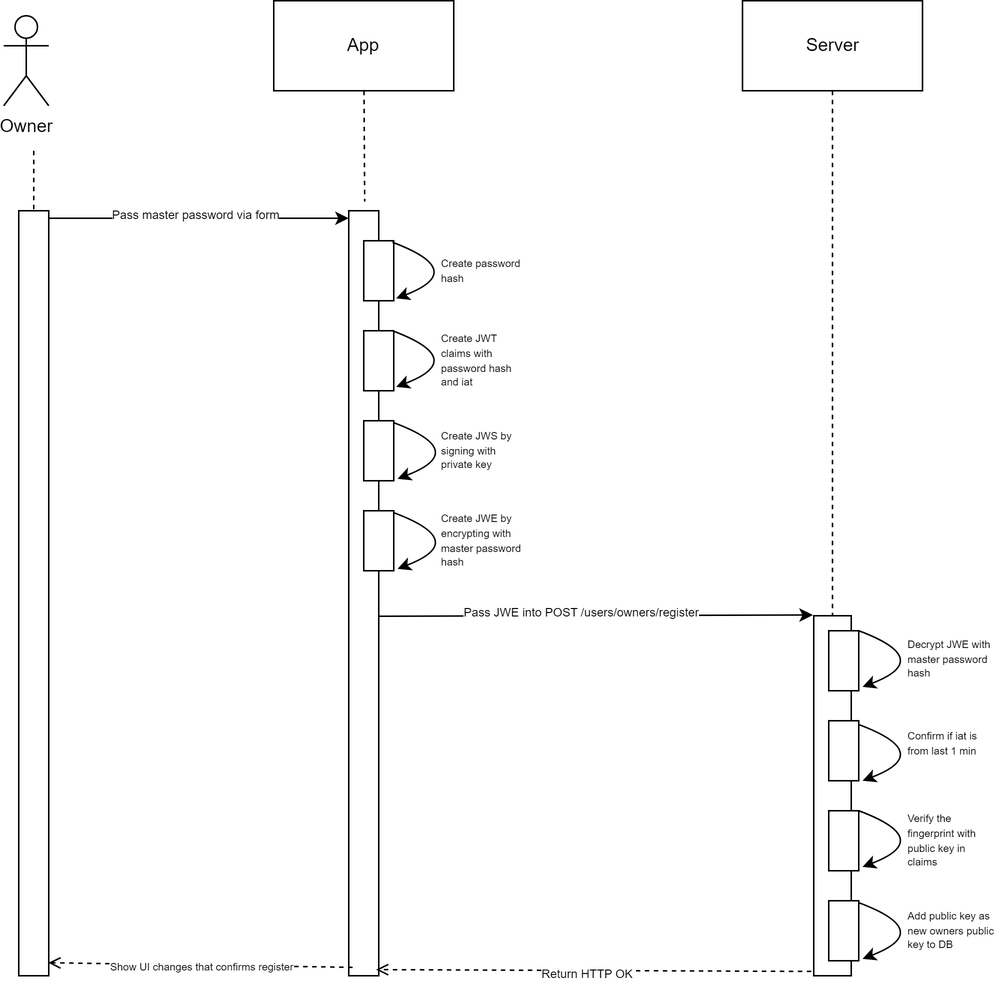
This is docs/owner_register_diagram.drawio.png from prappser/prappser_server, a draw.io export, as it was before one commit. Source tidied: cells renumbered, new cells last; positions are measured from the earlier drawing's top-left corner, leaving out a move shared by most shapes.
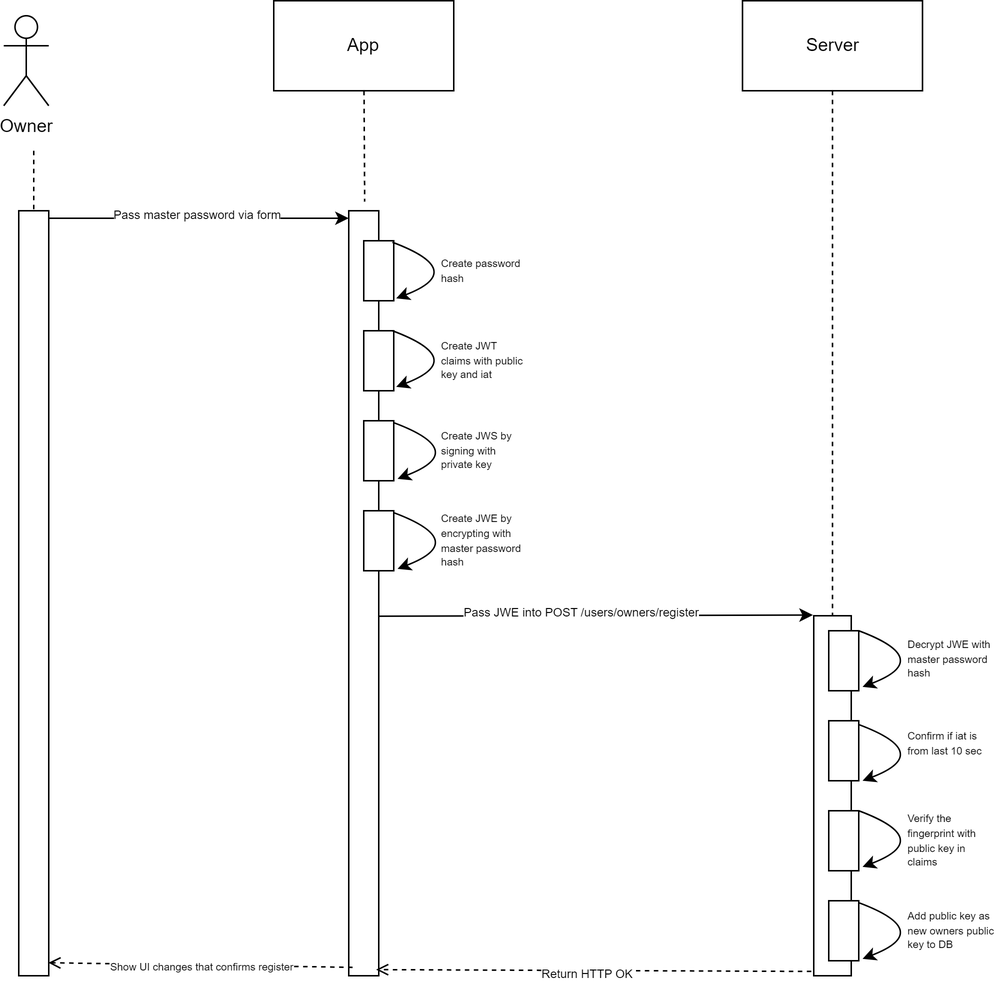
The same diagram one commit later.

The edit, as a diff of the source:
```diff
@@ -70,7 +70,7 @@
         </Array>
       </mxGeometry>
     </mxCell>
-    <mxCell id="18" value="&lt;font style=&quot;font-size: 7px;&quot;&gt;Create JWT claims with password hash and iat&lt;/font&gt;" style="text;html=1;strokeColor=none;fillColor=none;align=left;verticalAlign=middle;whiteSpace=wrap;rounded=0;fontSize=8;flipH=1;flipV=1;" parent="1" vertex="1">
+    <mxCell id="18" value="&lt;font style=&quot;font-size: 7px;&quot;&gt;Create JWT claims with public key and iat&lt;/font&gt;" style="text;html=1;strokeColor=none;fillColor=none;align=left;verticalAlign=middle;whiteSpace=wrap;rounded=0;fontSize=8;flipH=1;flipV=1;" parent="1" vertex="1">
       <mxGeometry x="290" y="225" width="60" height="30" as="geometry" />
     </mxCell>
     <mxCell id="19" style="html=1;perimeter=orthogonalPerimeter;" parent="1" vertex="1">
@@ -138,7 +138,7 @@
         </Array>
       </mxGeometry>
     </mxCell>
-    <mxCell id="32" value="&lt;span style=&quot;font-size: 7px;&quot;&gt;Confirm if iat is from last 1 min&lt;/span&gt;" style="text;html=1;strokeColor=none;fillColor=none;align=left;verticalAlign=middle;whiteSpace=wrap;rounded=0;fontSize=8;flipH=1;flipV=1;" parent="1" vertex="1">
+    <mxCell id="32" value="&lt;span style=&quot;font-size: 7px;&quot;&gt;Confirm if iat is from last 10 sec&lt;/span&gt;" style="text;html=1;strokeColor=none;fillColor=none;align=left;verticalAlign=middle;whiteSpace=wrap;rounded=0;fontSize=8;flipH=1;flipV=1;" parent="1" vertex="1">
       <mxGeometry x="600.9" y="480" width="60" height="30" as="geometry" />
     </mxCell>
     <mxCell id="33" style="html=1;perimeter=orthogonalPerimeter;" parent="1" vertex="1">
```
